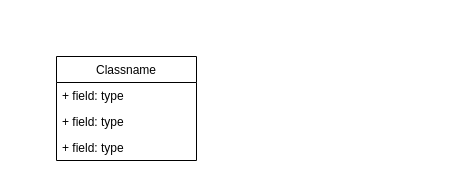
Above: Untitled Diagram.drawio in Sofia799/unqui-po2-justiniano (draw.io), before the change. Source tidied: cells renumbered, new cells numbered last; positions are measured from the earlier drawing's top-left corner, leaving out a move shared by most shapes. Both pictures are drawn from the tidied source at 100%, with x=0, y=0 at pixel (56, 56).
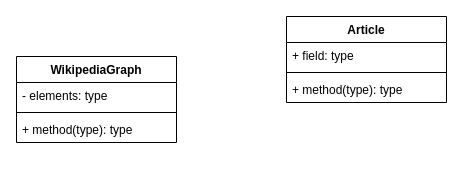
Above is the later version.

Diff of the diagram source:
```diff
@@
 <mxGraphModel>
   <root>
     <mxCell id="0" />
     <mxCell id="1" parent="0" />
-    <mxCell id="2" value="Classname" style="swimlane;fontStyle=0;horizontal=1;startSize=26;fillColor=none;" parent="1" vertex="1">
-      <mxGeometry width="140" height="104" as="geometry" />
-    </mxCell>
-    <mxCell id="3" value="+ field: type" style="text;strokeColor=none;fillColor=none;align=left;verticalAlign=top;spacingLeft=4;spacingRight=4;overflow=hidden;" parent="2" vertex="1">
-      <mxGeometry y="26" width="140" height="26" as="geometry" />
-    </mxCell>
-    <mxCell id="4" value="+ field: type" style="text;strokeColor=none;fillColor=none;align=left;verticalAlign=top;spacingLeft=4;spacingRight=4;overflow=hidden;" parent="2" vertex="1">
-      <mxGeometry y="52" width="140" height="26" as="geometry" />
-    </mxCell>
-    <mxCell id="5" value="+ field: type" style="text;strokeColor=none;fillColor=none;align=left;verticalAlign=top;spacingLeft=4;spacingRight=4;overflow=hidden;" parent="2" vertex="1">
-      <mxGeometry y="78" width="140" height="26" as="geometry" />
-    </mxCell>
+    <mxCell id="6" value="WikipediaGraph" style="swimlane;fontStyle=1;align=center;verticalAlign=top;horizontal=1;startSize=26;" parent="1" vertex="1">
+      <mxGeometry x="-40" width="160" height="86" as="geometry" />
+    </mxCell>
+    <mxCell id="7" value="- elements: type" style="text;strokeColor=none;fillColor=none;align=left;verticalAlign=top;spacingLeft=4;spacingRight=4;overflow=hidden;" parent="6" vertex="1">
+      <mxGeometry y="26" width="160" height="26" as="geometry" />
+    </mxCell>
+    <mxCell id="8" style="line;strokeWidth=1;fillColor=none;align=left;verticalAlign=middle;spacingTop=-1;spacingLeft=3;spacingRight=3;labelPosition=right;" parent="6" vertex="1">
+      <mxGeometry y="52" width="160" height="8" as="geometry" />
+    </mxCell>
+    <mxCell id="9" value="+ method(type): type" style="text;strokeColor=none;fillColor=none;align=left;verticalAlign=top;spacingLeft=4;spacingRight=4;overflow=hidden;" parent="6" vertex="1">
+      <mxGeometry y="60" width="160" height="26" as="geometry" />
+    </mxCell>
+    <mxCell id="10" value="Article" style="swimlane;fontStyle=1;align=center;verticalAlign=top;horizontal=1;startSize=26;" parent="1" vertex="1">
+      <mxGeometry x="230" y="-40" width="160" height="86" as="geometry" />
+    </mxCell>
+    <mxCell id="11" value="+ field: type" style="text;strokeColor=none;fillColor=none;align=left;verticalAlign=top;spacingLeft=4;spacingRight=4;overflow=hidden;" parent="10" vertex="1">
+      <mxGeometry y="26" width="160" height="26" as="geometry" />
+    </mxCell>
+    <mxCell id="12" style="line;strokeWidth=1;fillColor=none;align=left;verticalAlign=middle;spacingTop=-1;spacingLeft=3;spacingRight=3;labelPosition=right;" parent="10" vertex="1">
+      <mxGeometry y="52" width="160" height="8" as="geometry" />
+    </mxCell>
+    <mxCell id="13" value="+ method(type): type" style="text;strokeColor=none;fillColor=none;align=left;verticalAlign=top;spacingLeft=4;spacingRight=4;overflow=hidden;" parent="10" vertex="1">
+      <mxGeometry y="60" width="160" height="26" as="geometry" />
+    </mxCell>
   </root>
 </mxGraphModel>
```
